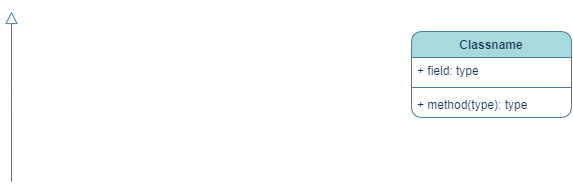
The draw.io diagram UML class diagram.drawio.png in zainy0805/SE_Assignment_project, before a commit. Source tidied: cells renumbered, new cells last; positions are measured from the earlier drawing's top-left corner, leaving out a move shared by most shapes.
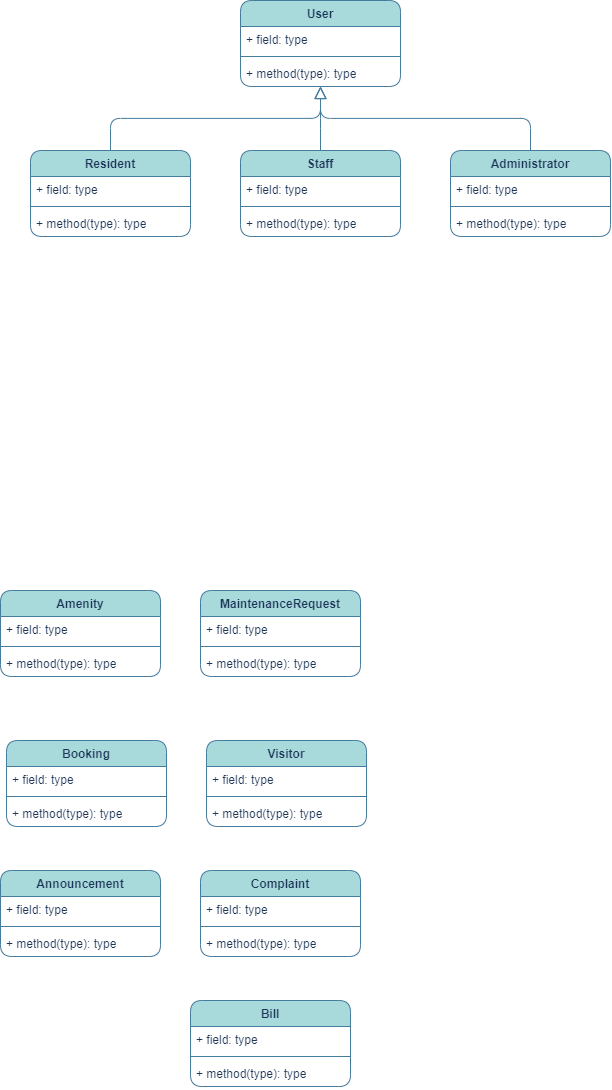
After the change.

Diff of the diagram source:
```diff
@@ -2,23 +2,146 @@
   <root>
     <mxCell id="0" />
     <mxCell id="1" parent="0" />
-    <mxCell id="2" style="endArrow=block;endSize=10;endFill=0;shadow=0;strokeWidth=1;rounded=1;curved=0;edgeStyle=elbowEdgeStyle;elbow=vertical;labelBackgroundColor=none;strokeColor=#457B9D;fontColor=default;" parent="1" edge="1">
-      <mxGeometry relative="1" as="geometry">
-        <mxPoint y="170" as="sourcePoint" />
-        <mxPoint as="targetPoint" />
-      </mxGeometry>
+    <mxCell id="2" style="endArrow=block;endSize=10;endFill=0;shadow=0;strokeWidth=1;rounded=1;curved=0;edgeStyle=elbowEdgeStyle;elbow=vertical;labelBackgroundColor=none;strokeColor=#457B9D;fontColor=default;exitX=0.5;exitY=0;exitDx=0;exitDy=0;" parent="1" edge="1" source="15" target="10">
+      <mxGeometry relative="1" as="geometry" />
     </mxCell>
-    <mxCell id="3" value="Classname" style="swimlane;fontStyle=1;align=center;verticalAlign=top;horizontal=1;startSize=26;whiteSpace=wrap;html=1;rounded=1;strokeColor=#457B9D;fontColor=#1D3557;fillColor=#A8DADC;" parent="1" vertex="1">
-      <mxGeometry x="400" y="20" width="160" height="86" as="geometry" />
-    </mxCell>
-    <mxCell id="4" value="+ field: type" style="text;strokeColor=none;fillColor=none;align=left;verticalAlign=top;spacingLeft=4;spacingRight=4;overflow=hidden;whiteSpace=wrap;html=1;fontColor=#1D3557;" parent="3" vertex="1">
-      <mxGeometry y="26" width="160" height="26" as="geometry" />
-    </mxCell>
-    <mxCell id="5" style="line;strokeWidth=1;fillColor=none;align=left;verticalAlign=middle;spacingTop=-1;spacingLeft=3;spacingRight=3;labelPosition=right;strokeColor=inherit;rounded=1;fontColor=#1D3557;" parent="3" vertex="1">
-      <mxGeometry y="52" width="160" height="8" as="geometry" />
-    </mxCell>
-    <mxCell id="6" value="+ method(type): type" style="text;strokeColor=none;fillColor=none;align=left;verticalAlign=top;spacingLeft=4;spacingRight=4;overflow=hidden;whiteSpace=wrap;html=1;fontColor=#1D3557;" parent="3" vertex="1">
-      <mxGeometry y="60" width="160" height="26" as="geometry" />
-    </mxCell>
+    <mxCell id="7" value="User" style="swimlane;fontStyle=1;align=center;verticalAlign=top;horizontal=1;startSize=26;whiteSpace=wrap;html=1;rounded=1;strokeColor=#457B9D;fontColor=#1D3557;fillColor=#A8DADC;" parent="1" vertex="1">
+      <mxGeometry x="300" y="-110" width="160" height="86" as="geometry" />
+    </mxCell>
+    <mxCell id="8" value="+ field: type" style="text;strokeColor=none;fillColor=none;align=left;verticalAlign=top;spacingLeft=4;spacingRight=4;overflow=hidden;whiteSpace=wrap;html=1;fontColor=#1D3557;" parent="7" vertex="1">
+      <mxGeometry y="26" width="160" height="26" as="geometry" />
+    </mxCell>
+    <mxCell id="9" style="line;strokeWidth=1;fillColor=none;align=left;verticalAlign=middle;spacingTop=-1;spacingLeft=3;spacingRight=3;labelPosition=right;strokeColor=inherit;rounded=1;fontColor=#1D3557;" parent="7" vertex="1">
+      <mxGeometry y="52" width="160" height="8" as="geometry" />
+    </mxCell>
+    <mxCell id="10" value="+ method(type): type" style="text;strokeColor=none;fillColor=none;align=left;verticalAlign=top;spacingLeft=4;spacingRight=4;overflow=hidden;points=[[0,0.5],[1,0.5]];portConstraint=eastwest;whiteSpace=wrap;html=1;fontColor=#1D3557;" parent="7" vertex="1">
+      <mxGeometry y="60" width="160" height="26" as="geometry" />
+    </mxCell>
+    <mxCell id="11" value="Resident" style="swimlane;fontStyle=1;align=center;verticalAlign=top;horizontal=1;startSize=26;whiteSpace=wrap;html=1;rounded=1;strokeColor=#457B9D;fontColor=#1D3557;fillColor=#A8DADC;" parent="1" vertex="1">
+      <mxGeometry x="90" y="40" width="160" height="86" as="geometry" />
+    </mxCell>
+    <mxCell id="12" value="+ field: type" style="text;strokeColor=none;fillColor=none;align=left;verticalAlign=top;spacingLeft=4;spacingRight=4;overflow=hidden;whiteSpace=wrap;html=1;fontColor=#1D3557;" parent="11" vertex="1">
+      <mxGeometry y="26" width="160" height="26" as="geometry" />
+    </mxCell>
+    <mxCell id="13" style="line;strokeWidth=1;fillColor=none;align=left;verticalAlign=middle;spacingTop=-1;spacingLeft=3;spacingRight=3;labelPosition=right;strokeColor=inherit;rounded=1;fontColor=#1D3557;" parent="11" vertex="1">
+      <mxGeometry y="52" width="160" height="8" as="geometry" />
+    </mxCell>
+    <mxCell id="14" value="+ method(type): type" style="text;strokeColor=none;fillColor=none;align=left;verticalAlign=top;spacingLeft=4;spacingRight=4;overflow=hidden;whiteSpace=wrap;html=1;fontColor=#1D3557;" parent="11" vertex="1">
+      <mxGeometry y="60" width="160" height="26" as="geometry" />
+    </mxCell>
+    <mxCell id="15" value="Staff" style="swimlane;fontStyle=1;align=center;verticalAlign=top;horizontal=1;startSize=26;whiteSpace=wrap;html=1;rounded=1;strokeColor=#457B9D;fontColor=#1D3557;fillColor=#A8DADC;" parent="1" vertex="1">
+      <mxGeometry x="300" y="40" width="160" height="86" as="geometry" />
+    </mxCell>
+    <mxCell id="16" value="+ field: type" style="text;strokeColor=none;fillColor=none;align=left;verticalAlign=top;spacingLeft=4;spacingRight=4;overflow=hidden;whiteSpace=wrap;html=1;fontColor=#1D3557;" parent="15" vertex="1">
+      <mxGeometry y="26" width="160" height="26" as="geometry" />
+    </mxCell>
+    <mxCell id="17" style="line;strokeWidth=1;fillColor=none;align=left;verticalAlign=middle;spacingTop=-1;spacingLeft=3;spacingRight=3;labelPosition=right;strokeColor=inherit;rounded=1;fontColor=#1D3557;" parent="15" vertex="1">
+      <mxGeometry y="52" width="160" height="8" as="geometry" />
+    </mxCell>
+    <mxCell id="18" value="+ method(type): type" style="text;strokeColor=none;fillColor=none;align=left;verticalAlign=top;spacingLeft=4;spacingRight=4;overflow=hidden;whiteSpace=wrap;html=1;fontColor=#1D3557;" parent="15" vertex="1">
+      <mxGeometry y="60" width="160" height="26" as="geometry" />
+    </mxCell>
+    <mxCell id="19" value="Administrator" style="swimlane;fontStyle=1;align=center;verticalAlign=top;horizontal=1;startSize=26;whiteSpace=wrap;html=1;rounded=1;strokeColor=#457B9D;fontColor=#1D3557;fillColor=#A8DADC;" parent="1" vertex="1">
+      <mxGeometry x="510" y="40" width="160" height="86" as="geometry" />
+    </mxCell>
+    <mxCell id="20" value="+ field: type" style="text;strokeColor=none;fillColor=none;align=left;verticalAlign=top;spacingLeft=4;spacingRight=4;overflow=hidden;whiteSpace=wrap;html=1;fontColor=#1D3557;" parent="19" vertex="1">
+      <mxGeometry y="26" width="160" height="26" as="geometry" />
+    </mxCell>
+    <mxCell id="21" style="line;strokeWidth=1;fillColor=none;align=left;verticalAlign=middle;spacingTop=-1;spacingLeft=3;spacingRight=3;labelPosition=right;strokeColor=inherit;rounded=1;fontColor=#1D3557;" parent="19" vertex="1">
+      <mxGeometry y="52" width="160" height="8" as="geometry" />
+    </mxCell>
+    <mxCell id="22" value="+ method(type): type" style="text;strokeColor=none;fillColor=none;align=left;verticalAlign=top;spacingLeft=4;spacingRight=4;overflow=hidden;whiteSpace=wrap;html=1;fontColor=#1D3557;" parent="19" vertex="1">
+      <mxGeometry y="60" width="160" height="26" as="geometry" />
+    </mxCell>
+    <mxCell id="23" value="Amenity" style="swimlane;fontStyle=1;align=center;verticalAlign=top;horizontal=1;startSize=26;whiteSpace=wrap;html=1;rounded=1;strokeColor=#457B9D;fontColor=#1D3557;fillColor=#A8DADC;" parent="1" vertex="1">
+      <mxGeometry x="60" y="480" width="160" height="86" as="geometry" />
+    </mxCell>
+    <mxCell id="24" value="+ field: type" style="text;strokeColor=none;fillColor=none;align=left;verticalAlign=top;spacingLeft=4;spacingRight=4;overflow=hidden;whiteSpace=wrap;html=1;fontColor=#1D3557;" parent="23" vertex="1">
+      <mxGeometry y="26" width="160" height="26" as="geometry" />
+    </mxCell>
+    <mxCell id="25" style="line;strokeWidth=1;fillColor=none;align=left;verticalAlign=middle;spacingTop=-1;spacingLeft=3;spacingRight=3;labelPosition=right;strokeColor=inherit;rounded=1;fontColor=#1D3557;" parent="23" vertex="1">
+      <mxGeometry y="52" width="160" height="8" as="geometry" />
+    </mxCell>
+    <mxCell id="26" value="+ method(type): type" style="text;strokeColor=none;fillColor=none;align=left;verticalAlign=top;spacingLeft=4;spacingRight=4;overflow=hidden;whiteSpace=wrap;html=1;fontColor=#1D3557;" parent="23" vertex="1">
+      <mxGeometry y="60" width="160" height="26" as="geometry" />
+    </mxCell>
+    <mxCell id="27" value="Booking" style="swimlane;fontStyle=1;align=center;verticalAlign=top;horizontal=1;startSize=26;whiteSpace=wrap;html=1;rounded=1;strokeColor=#457B9D;fontColor=#1D3557;fillColor=#A8DADC;" parent="1" vertex="1">
+      <mxGeometry x="66" y="630" width="160" height="86" as="geometry" />
+    </mxCell>
+    <mxCell id="28" value="+ field: type" style="text;strokeColor=none;fillColor=none;align=left;verticalAlign=top;spacingLeft=4;spacingRight=4;overflow=hidden;whiteSpace=wrap;html=1;fontColor=#1D3557;" parent="27" vertex="1">
+      <mxGeometry y="26" width="160" height="26" as="geometry" />
+    </mxCell>
+    <mxCell id="29" style="line;strokeWidth=1;fillColor=none;align=left;verticalAlign=middle;spacingTop=-1;spacingLeft=3;spacingRight=3;labelPosition=right;strokeColor=inherit;rounded=1;fontColor=#1D3557;" parent="27" vertex="1">
+      <mxGeometry y="52" width="160" height="8" as="geometry" />
+    </mxCell>
+    <mxCell id="30" value="+ method(type): type" style="text;strokeColor=none;fillColor=none;align=left;verticalAlign=top;spacingLeft=4;spacingRight=4;overflow=hidden;whiteSpace=wrap;html=1;fontColor=#1D3557;" parent="27" vertex="1">
+      <mxGeometry y="60" width="160" height="26" as="geometry" />
+    </mxCell>
+    <mxCell id="31" value="Announcement" style="swimlane;fontStyle=1;align=center;verticalAlign=top;horizontal=1;startSize=26;whiteSpace=wrap;html=1;rounded=1;strokeColor=#457B9D;fontColor=#1D3557;fillColor=#A8DADC;" parent="1" vertex="1">
+      <mxGeometry x="60" y="760" width="160" height="86" as="geometry" />
+    </mxCell>
+    <mxCell id="32" value="+ field: type" style="text;strokeColor=none;fillColor=none;align=left;verticalAlign=top;spacingLeft=4;spacingRight=4;overflow=hidden;whiteSpace=wrap;html=1;fontColor=#1D3557;" parent="31" vertex="1">
+      <mxGeometry y="26" width="160" height="26" as="geometry" />
+    </mxCell>
+    <mxCell id="33" style="line;strokeWidth=1;fillColor=none;align=left;verticalAlign=middle;spacingTop=-1;spacingLeft=3;spacingRight=3;labelPosition=right;strokeColor=inherit;rounded=1;fontColor=#1D3557;" parent="31" vertex="1">
+      <mxGeometry y="52" width="160" height="8" as="geometry" />
+    </mxCell>
+    <mxCell id="34" value="+ method(type): type" style="text;strokeColor=none;fillColor=none;align=left;verticalAlign=top;spacingLeft=4;spacingRight=4;overflow=hidden;whiteSpace=wrap;html=1;fontColor=#1D3557;" parent="31" vertex="1">
+      <mxGeometry y="60" width="160" height="26" as="geometry" />
+    </mxCell>
+    <mxCell id="35" value="MaintenanceRequest" style="swimlane;fontStyle=1;align=center;verticalAlign=top;horizontal=1;startSize=26;whiteSpace=wrap;html=1;rounded=1;strokeColor=#457B9D;fontColor=#1D3557;fillColor=#A8DADC;" parent="1" vertex="1">
+      <mxGeometry x="260" y="480" width="160" height="86" as="geometry" />
+    </mxCell>
+    <mxCell id="36" value="+ field: type" style="text;strokeColor=none;fillColor=none;align=left;verticalAlign=top;spacingLeft=4;spacingRight=4;overflow=hidden;whiteSpace=wrap;html=1;fontColor=#1D3557;" parent="35" vertex="1">
+      <mxGeometry y="26" width="160" height="26" as="geometry" />
+    </mxCell>
+    <mxCell id="37" style="line;strokeWidth=1;fillColor=none;align=left;verticalAlign=middle;spacingTop=-1;spacingLeft=3;spacingRight=3;labelPosition=right;strokeColor=inherit;rounded=1;fontColor=#1D3557;" parent="35" vertex="1">
+      <mxGeometry y="52" width="160" height="8" as="geometry" />
+    </mxCell>
+    <mxCell id="38" value="+ method(type): type" style="text;strokeColor=none;fillColor=none;align=left;verticalAlign=top;spacingLeft=4;spacingRight=4;overflow=hidden;whiteSpace=wrap;html=1;fontColor=#1D3557;" parent="35" vertex="1">
+      <mxGeometry y="60" width="160" height="26" as="geometry" />
+    </mxCell>
+    <mxCell id="39" value="Visitor" style="swimlane;fontStyle=1;align=center;verticalAlign=top;horizontal=1;startSize=26;whiteSpace=wrap;html=1;rounded=1;strokeColor=#457B9D;fontColor=#1D3557;fillColor=#A8DADC;" parent="1" vertex="1">
+      <mxGeometry x="266" y="630" width="160" height="86" as="geometry" />
+    </mxCell>
+    <mxCell id="40" value="+ field: type" style="text;strokeColor=none;fillColor=none;align=left;verticalAlign=top;spacingLeft=4;spacingRight=4;overflow=hidden;whiteSpace=wrap;html=1;fontColor=#1D3557;" parent="39" vertex="1">
+      <mxGeometry y="26" width="160" height="26" as="geometry" />
+    </mxCell>
+    <mxCell id="41" style="line;strokeWidth=1;fillColor=none;align=left;verticalAlign=middle;spacingTop=-1;spacingLeft=3;spacingRight=3;labelPosition=right;strokeColor=inherit;rounded=1;fontColor=#1D3557;" parent="39" vertex="1">
+      <mxGeometry y="52" width="160" height="8" as="geometry" />
+    </mxCell>
+    <mxCell id="42" value="+ method(type): type" style="text;strokeColor=none;fillColor=none;align=left;verticalAlign=top;spacingLeft=4;spacingRight=4;overflow=hidden;whiteSpace=wrap;html=1;fontColor=#1D3557;" parent="39" vertex="1">
+      <mxGeometry y="60" width="160" height="26" as="geometry" />
+    </mxCell>
+    <mxCell id="43" value="Complaint&lt;span style=&quot;color: rgba(0, 0, 0, 0); font-family: monospace; font-size: 0px; font-weight: 400; text-align: start; text-wrap: nowrap;&quot;&gt;%3CmxGraphModel%3E%3Croot%3E%3CmxCell%20id%3D%220%22%2F%3E%3CmxCell%20id%3D%221%22%20parent%3D%220%22%2F%3E%3CmxCell%20id%3D%222%22%20value%3D%22Amenity%22%20style%3D%22swimlane%3BfontStyle%3D1%3Balign%3Dcenter%3BverticalAlign%3Dtop%3BchildLayout%3DstackLayout%3Bhorizontal%3D1%3BstartSize%3D26%3BhorizontalStack%3D0%3BresizeParent%3D1%3BresizeParentMax%3D0%3BresizeLast%3D0%3Bcollapsible%3D1%3BmarginBottom%3D0%3BwhiteSpace%3Dwrap%3Bhtml%3D1%3Brounded%3D1%3BstrokeColor%3D%23457B9D%3BfontColor%3D%231D3557%3BfillColor%3D%23A8DADC%3B%22%20vertex%3D%221%22%20parent%3D%221%22%3E%3CmxGeometry%20x%3D%22370%22%20y%3D%2240%22%20width%3D%22160%22%20height%3D%2286%22%20as%3D%22geometry%22%2F%3E%3C%2FmxCell%3E%3CmxCell%20id%3D%223%22%20value%3D%22%2B%20field%3A%20type%22%20style%3D%22text%3BstrokeColor%3Dnone%3BfillColor%3Dnone%3Balign%3Dleft%3BverticalAlign%3Dtop%3BspacingLeft%3D4%3BspacingRight%3D4%3Boverflow%3Dhidden%3Brotatable%3D0%3Bpoints%3D%5B%5B0%2C0.5%5D%2C%5B1%2C0.5%5D%5D%3BportConstraint%3Deastwest%3BwhiteSpace%3Dwrap%3Bhtml%3D1%3BfontColor%3D%231D3557%3B%22%20vertex%3D%221%22%20parent%3D%222%22%3E%3CmxGeometry%20y%3D%2226%22%20width%3D%22160%22%20height%3D%2226%22%20as%3D%22geometry%22%2F%3E%3C%2FmxCell%3E%3CmxCell%20id%3D%224%22%20value%3D%22%22%20style%3D%22line%3BstrokeWidth%3D1%3BfillColor%3Dnone%3Balign%3Dleft%3BverticalAlign%3Dmiddle%3BspacingTop%3D-1%3BspacingLeft%3D3%3BspacingRight%3D3%3Brotatable%3D0%3BlabelPosition%3Dright%3Bpoints%3D%5B%5D%3BportConstraint%3Deastwest%3BstrokeColor%3Dinherit%3Brounded%3D1%3BfontColor%3D%231D3557%3B%22%20vertex%3D%221%22%20parent%3D%222%22%3E%3CmxGeometry%20y%3D%2252%22%20width%3D%22160%22%20height%3D%228%22%20as%3D%22geometry%22%2F%3E%3C%2FmxCell%3E%3CmxCell%20id%3D%225%22%20value%3D%22%2B%20method(type)%3A%20type%22%20style%3D%22text%3BstrokeColor%3Dnone%3BfillColor%3Dnone%3Balign%3Dleft%3BverticalAlign%3Dtop%3BspacingLeft%3D4%3BspacingRight%3D4%3Boverflow%3Dhidden%3Brotatable%3D0%3Bpoints%3D%5B%5B0%2C0.5%5D%2C%5B1%2C0.5%5D%5D%3BportConstraint%3Deastwest%3BwhiteSpace%3Dwrap%3Bhtml%3D1%3BfontColor%3D%231D3557%3B%22%20vertex%3D%221%22%20parent%3D%222%22%3E%3CmxGeometry%20y%3D%2260%22%20width%3D%22160%22%20height%3D%2226%22%20as%3D%22geometry%22%2F%3E%3C%2FmxCell%3E%3CmxCell%20id%3D%226%22%20value%3D%22Booking%22%20style%3D%22swimlane%3BfontStyle%3D1%3Balign%3Dcenter%3BverticalAlign%3Dtop%3BchildLayout%3DstackLayout%3Bhorizontal%3D1%3BstartSize%3D26%3BhorizontalStack%3D0%3BresizeParent%3D1%3BresizeParentMax%3D0%3BresizeLast%3D0%3Bcollapsible%3D1%3BmarginBottom%3D0%3BwhiteSpace%3Dwrap%3Bhtml%3D1%3Brounded%3D1%3BstrokeColor%3D%23457B9D%3BfontColor%3D%231D3557%3BfillColor%3D%23A8DADC%3B%22%20vertex%3D%221%22%20parent%3D%221%22%3E%3CmxGeometry%20x%3D%22376%22%20y%3D%22190%22%20width%3D%22160%22%20height%3D%2286%22%20as%3D%22geometry%22%2F%3E%3C%2FmxCell%3E%3CmxCell%20id%3D%227%22%20value%3D%22%2B%20field%3A%20type%22%20style%3D%22text%3BstrokeColor%3Dnone%3BfillColor%3Dnone%3Balign%3Dleft%3BverticalAlign%3Dtop%3BspacingLeft%3D4%3BspacingRight%3D4%3Boverflow%3Dhidden%3Brotatable%3D0%3Bpoints%3D%5B%5B0%2C0.5%5D%2C%5B1%2C0.5%5D%5D%3BportConstraint%3Deastwest%3BwhiteSpace%3Dwrap%3Bhtml%3D1%3BfontColor%3D%231D3557%3B%22%20vertex%3D%221%22%20parent%3D%226%22%3E%3CmxGeometry%20y%3D%2226%22%20width%3D%22160%22%20height%3D%2226%22%20as%3D%22geometry%22%2F%3E%3C%2FmxCell%3E%3CmxCell%20id%3D%228%22%20value%3D%22%22%20style%3D%22line%3BstrokeWidth%3D1%3BfillColor%3Dnone%3Balign%3Dleft%3BverticalAlign%3Dmiddle%3BspacingTop%3D-1%3BspacingLeft%3D3%3BspacingRight%3D3%3Brotatable%3D0%3BlabelPosition%3Dright%3Bpoints%3D%5B%5D%3BportConstraint%3Deastwest%3BstrokeColor%3Dinherit%3Brounded%3D1%3BfontColor%3D%231D3557%3B%22%20vertex%3D%221%22%20parent%3D%226%22%3E%3CmxGeometry%20y%3D%2252%22%20width%3D%22160%22%20height%3D%228%22%20as%3D%22geometry%22%2F%3E%3C%2FmxCell%3E%3CmxCell%20id%3D%229%22%20value%3D%22%2B%20method(type)%3A%20type%22%20style%3D%22text%3BstrokeColor%3Dnone%3BfillColor%3Dnone%3Balign%3Dleft%3BverticalAlign%3Dtop%3BspacingLeft%3D4%3BspacingRight%3D4%3Boverflow%3Dhidden%3Brotatable%3D0%3Bpoints%3D%5B%5B0%2C0.5%5D%2C%5B1%2C0.5%5D%5D%3BportConstraint%3Deastwest%3BwhiteSpace%3Dwrap%3Bhtml%3D1%3BfontColor%3D%231D3557%3B%22%20vertex%3D%221%22%20parent%3D%226%22%3E%3CmxGeometry%20y%3D%2260%22%20width%3D%22160%22%20height%3D%2226%22%20as%3D%22geometry%22%2F%3E%3C%2FmxCell%3E%3CmxCell%20id%3D%2210%22%20value%3D%22Announcement%22%20style%3D%22swimlane%3BfontStyle%3D1%3Balign%3Dcenter%3BverticalAlign%3Dtop%3BchildLayout%3DstackLayout%3Bhorizontal%3D1%3BstartSize%3D26%3BhorizontalStack%3D0%3BresizeParent%3D1%3BresizeParentMax%3D0%3BresizeLast%3D0%3Bcollapsible%3D1%3BmarginBottom%3D0%3BwhiteSpace%3Dwrap%3Bhtml%3D1%3Brounded%3D1%3BstrokeColor%3D%23457B9D%3BfontColor%3D%231D3557%3BfillColor%3D%23A8DADC%3B%22%20vertex%3D%221%22%20parent%3D%221%22%3E%3CmxGeometry%20x%3D%22370%22%20y%3D%22320%22%20width%3D%22160%22%20height%3D%2286%22%20as%3D%22geometry%22%2F%3E%3C%2FmxCell%3E%3CmxCell%20id%3D%2211%22%20value%3D%22%2B%20field%3A%20type%22%20style%3D%22text%3BstrokeColor%3Dnone%3BfillColor%3Dnone%3Balign%3Dleft%3BverticalAlign%3Dtop%3BspacingLeft%3D4%3BspacingRight%3D4%3Boverflow%3Dhidden%3Brotatable%3D0%3Bpoints%3D%5B%5B0%2C0.5%5D%2C%5B1%2C0.5%5D%5D%3BportConstraint%3Deastwest%3BwhiteSpace%3Dwrap%3Bhtml%3D1%3BfontColor%3D%231D3557%3B%22%20vertex%3D%221%22%20parent%3D%2210%22%3E%3CmxGeometry%20y%3D%2226%22%20width%3D%22160%22%20height%3D%2226%22%20as%3D%22geometry%22%2F%3E%3C%2FmxCell%3E%3CmxCell%20id%3D%2212%22%20value%3D%22%22%20style%3D%22line%3BstrokeWidth%3D1%3BfillColor%3Dnone%3Balign%3Dleft%3BverticalAlign%3Dmiddle%3BspacingTop%3D-1%3BspacingLeft%3D3%3BspacingRight%3D3%3Brotatable%3D0%3BlabelPosition%3Dright%3Bpoints%3D%5B%5D%3BportConstraint%3Deastwest%3BstrokeColor%3Dinherit%3Brounded%3D1%3BfontColor%3D%231D3557%3B%22%20vertex%3D%221%22%20parent%3D%2210%22%3E%3CmxGeometry%20y%3D%2252%22%20width%3D%22160%22%20height%3D%228%22%20as%3D%22geometry%22%2F%3E%3C%2FmxCell%3E%3CmxCell%20id%3D%2213%22%20value%3D%22%2B%20method(type)%3A%20type%22%20style%3D%22text%3BstrokeColor%3Dnone%3BfillColor%3Dnone%3Balign%3Dleft%3BverticalAlign%3Dtop%3BspacingLeft%3D4%3BspacingRight%3D4%3Boverflow%3Dhidden%3Brotatable%3D0%3Bpoints%3D%5B%5B0%2C0.5%5D%2C%5B1%2C0.5%5D%5D%3BportConstraint%3Deastwest%3BwhiteSpace%3Dwrap%3Bhtml%3D1%3BfontColor%3D%231D3557%3B%22%20vertex%3D%221%22%20parent%3D%2210%22%3E%3CmxGeometry%20y%3D%2260%22%20width%3D%22160%22%20height%3D%2226%22%20as%3D%22geometry%22%2F%3E%3C%2FmxCell%3E%3C%2Froot%3E%3C%2FmxGraphModel%3E&lt;/span&gt;" style="swimlane;fontStyle=1;align=center;verticalAlign=top;horizontal=1;startSize=26;whiteSpace=wrap;html=1;rounded=1;strokeColor=#457B9D;fontColor=#1D3557;fillColor=#A8DADC;" parent="1" vertex="1">
+      <mxGeometry x="260" y="760" width="160" height="86" as="geometry" />
+    </mxCell>
+    <mxCell id="44" value="+ field: type" style="text;strokeColor=none;fillColor=none;align=left;verticalAlign=top;spacingLeft=4;spacingRight=4;overflow=hidden;whiteSpace=wrap;html=1;fontColor=#1D3557;" parent="43" vertex="1">
+      <mxGeometry y="26" width="160" height="26" as="geometry" />
+    </mxCell>
+    <mxCell id="45" style="line;strokeWidth=1;fillColor=none;align=left;verticalAlign=middle;spacingTop=-1;spacingLeft=3;spacingRight=3;labelPosition=right;strokeColor=inherit;rounded=1;fontColor=#1D3557;" parent="43" vertex="1">
+      <mxGeometry y="52" width="160" height="8" as="geometry" />
+    </mxCell>
+    <mxCell id="46" value="+ method(type): type" style="text;strokeColor=none;fillColor=none;align=left;verticalAlign=top;spacingLeft=4;spacingRight=4;overflow=hidden;whiteSpace=wrap;html=1;fontColor=#1D3557;" parent="43" vertex="1">
+      <mxGeometry y="60" width="160" height="26" as="geometry" />
+    </mxCell>
+    <mxCell id="47" value="Bill" style="swimlane;fontStyle=1;align=center;verticalAlign=top;horizontal=1;startSize=26;whiteSpace=wrap;html=1;rounded=1;strokeColor=#457B9D;fontColor=#1D3557;fillColor=#A8DADC;" parent="1" vertex="1">
+      <mxGeometry x="250" y="890" width="160" height="86" as="geometry" />
+    </mxCell>
+    <mxCell id="48" value="+ field: type" style="text;strokeColor=none;fillColor=none;align=left;verticalAlign=top;spacingLeft=4;spacingRight=4;overflow=hidden;whiteSpace=wrap;html=1;fontColor=#1D3557;" parent="47" vertex="1">
+      <mxGeometry y="26" width="160" height="26" as="geometry" />
+    </mxCell>
+    <mxCell id="49" style="line;strokeWidth=1;fillColor=none;align=left;verticalAlign=middle;spacingTop=-1;spacingLeft=3;spacingRight=3;labelPosition=right;strokeColor=inherit;rounded=1;fontColor=#1D3557;" parent="47" vertex="1">
+      <mxGeometry y="52" width="160" height="8" as="geometry" />
+    </mxCell>
+    <mxCell id="50" value="+ method(type): type" style="text;strokeColor=none;fillColor=none;align=left;verticalAlign=top;spacingLeft=4;spacingRight=4;overflow=hidden;whiteSpace=wrap;html=1;fontColor=#1D3557;" parent="47" vertex="1">
+      <mxGeometry y="60" width="160" height="26" as="geometry" />
+    </mxCell>
+    <mxCell id="51" style="endArrow=block;endSize=10;endFill=0;shadow=0;strokeWidth=1;rounded=1;curved=0;edgeStyle=elbowEdgeStyle;elbow=vertical;labelBackgroundColor=none;strokeColor=#457B9D;fontColor=default;" parent="1" edge="1" source="11" target="10">
+      <mxGeometry relative="1" as="geometry" />
+    </mxCell>
+    <mxCell id="52" style="endArrow=block;endSize=10;endFill=0;shadow=0;strokeWidth=1;rounded=1;curved=0;edgeStyle=elbowEdgeStyle;elbow=vertical;labelBackgroundColor=none;strokeColor=#457B9D;fontColor=default;" parent="1" edge="1" source="19" target="10">
+      <mxGeometry relative="1" as="geometry" />
+    </mxCell>
   </root>
 </mxGraphModel>
```
